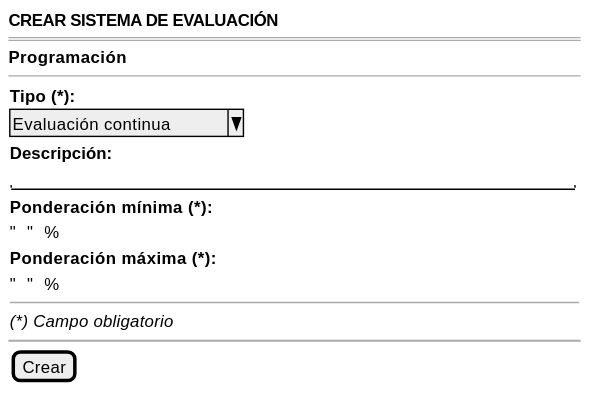
This is images/RUP/01-requisitos/03-detalle-casos-uso/crearSistemaEvaluacion/wireframe.svg from mmasias/pyCeldaPublico, a PlantUML export, as it was before one commit. Its diagram source:
```plantuml
@startsalt crearSistemaEvaluacion-wireframe
{
    <b>CREAR SISTEMA DE EVALUACIÓN</b>
    ====
    <b>Programación</b>
    --
    {
        <b>Tipo (*):</b>
        ^Evaluación continua^
        <b>Descripción:</b>
        "                                                  "
        <b>Ponderación mínima (*):</b>
        "    " %
        <b>Ponderación máxima (*):</b>
        "    " %
        --
        <i>(*) Campo obligatorio</i>
    }
    ~~
    {[Crear]}
}
@endsalt
```
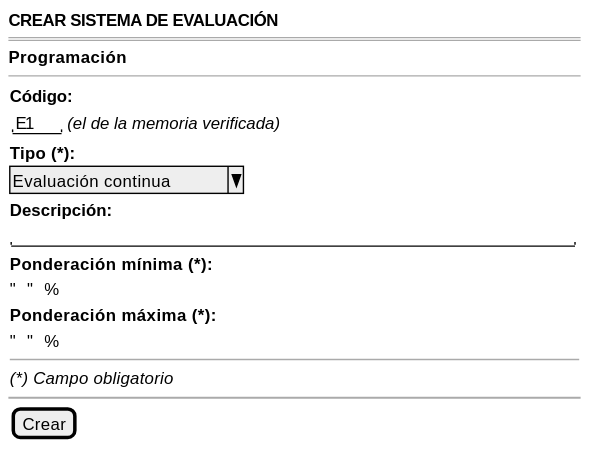
After the commit.

Change to the diagram source:
```diff
@@ -5,6 +5,8 @@
     <b>Programación</b>
     --
     {
+        <b>Código:</b>
+        {"E1  " | <i>(el de la memoria verificada)</i>}
         <b>Tipo (*):</b>
         ^Evaluación continua^
         <b>Descripción:</b>
```
